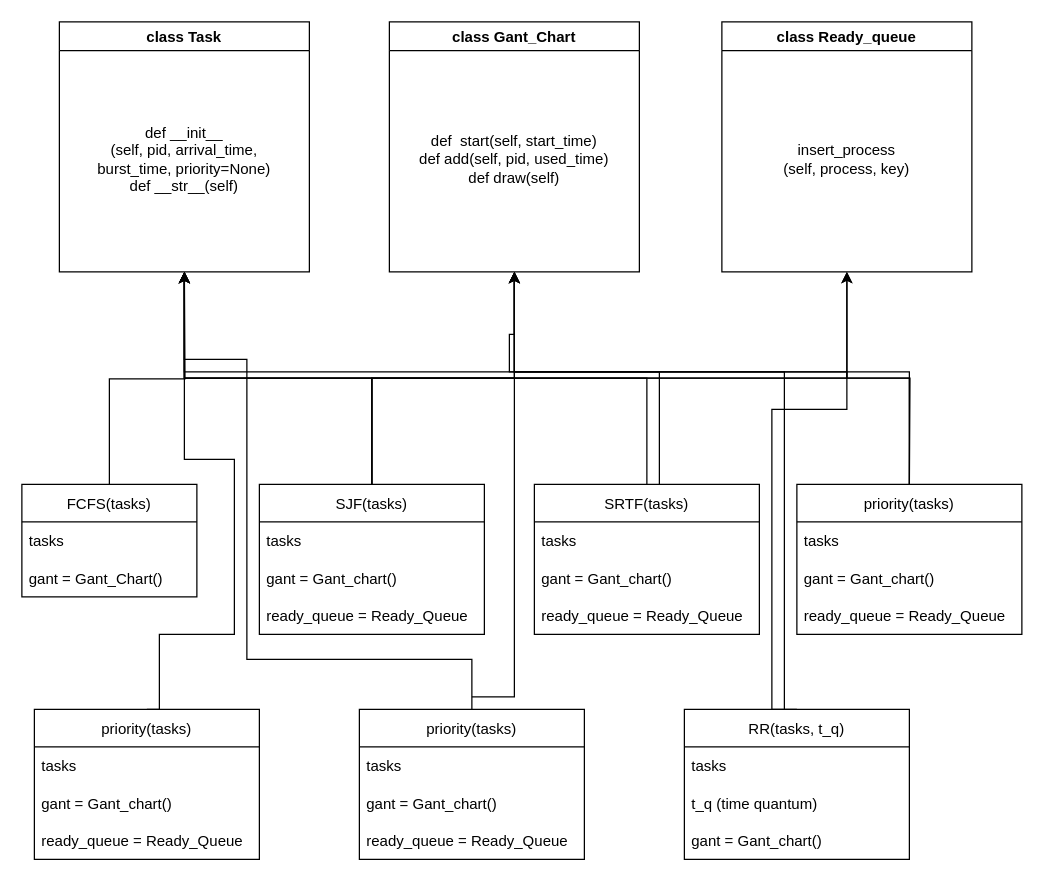
This is Untitled Diagram.drawio from t10cose341/tempDocs, a draw.io file, before an edit. Source tidied: cells renumbered, new cells numbered last; positions are measured from the earlier drawing's top-left corner, leaving out a move shared by most shapes. Both pictures are drawn from the tidied source at 125%, with x=0, y=0 at pixel (21, 21).
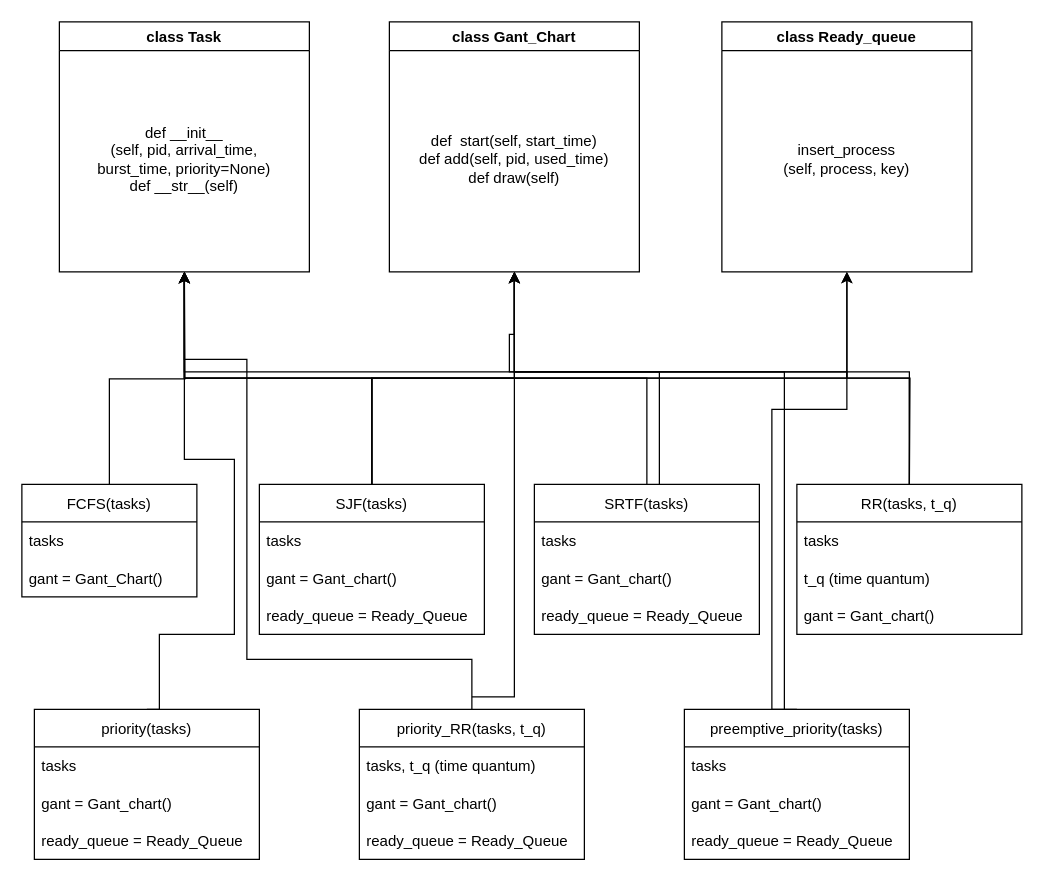
The same diagram, later.

Change to the diagram source:
```diff
@@
-    <mxCell id="15" value="RR(tasks, t_q)" style="swimlane;fontStyle=0;horizontal=1;startSize=30;" parent="1" vertex="1">
+    <mxCell id="15" value="preemptive_priority(tasks)" style="swimlane;fontStyle=0;horizontal=1;startSize=30;" parent="1" vertex="1">
       <mxGeometry x="530" y="550" width="180" height="120" as="geometry" />
     </mxCell>
@@
-    <mxCell id="17" value="t_q (time quantum)" style="text;strokeColor=none;fillColor=none;align=left;verticalAlign=middle;spacingLeft=4;spacingRight=4;overflow=hidden;" parent="15" vertex="1">
+    <mxCell id="17" value="gant = Gant_chart()" style="text;strokeColor=none;fillColor=none;align=left;verticalAlign=middle;spacingLeft=4;spacingRight=4;overflow=hidden;" parent="15" vertex="1">
       <mxGeometry y="60" width="180" height="30" as="geometry" />
     </mxCell>
-    <mxCell id="18" value="gant = Gant_chart()" style="text;strokeColor=none;fillColor=none;align=left;verticalAlign=middle;spacingLeft=4;spacingRight=4;overflow=hidden;" parent="15" vertex="1">
+    <mxCell id="18" value="ready_queue = Ready_Queue" style="text;strokeColor=none;fillColor=none;align=left;verticalAlign=middle;spacingLeft=4;spacingRight=4;overflow=hidden;" parent="15" vertex="1">
       <mxGeometry y="90" width="180" height="30" as="geometry" />
     </mxCell>
@@
-    <mxCell id="23" value="priority(tasks)" style="swimlane;fontStyle=0;horizontal=1;startSize=30;" parent="1" vertex="1">
+    <mxCell id="23" value="priority_RR(tasks, t_q)" style="swimlane;fontStyle=0;horizontal=1;startSize=30;" parent="1" vertex="1">
       <mxGeometry x="270" y="550" width="180" height="120" as="geometry" />
     </mxCell>
-    <mxCell id="24" value="tasks" style="text;strokeColor=none;fillColor=none;align=left;verticalAlign=middle;spacingLeft=4;spacingRight=4;overflow=hidden;" parent="23" vertex="1">
+    <mxCell id="24" value="tasks, t_q (time quantum)" style="text;strokeColor=none;fillColor=none;align=left;verticalAlign=middle;spacingLeft=4;spacingRight=4;overflow=hidden;" parent="23" vertex="1">
       <mxGeometry y="30" width="180" height="30" as="geometry" />
     </mxCell>
@@
-    <mxCell id="27" value="priority(tasks)" style="swimlane;fontStyle=0;horizontal=1;startSize=30;" parent="1" vertex="1">
+    <mxCell id="27" value="RR(tasks, t_q)" style="swimlane;fontStyle=0;horizontal=1;startSize=30;" parent="1" vertex="1">
       <mxGeometry x="620" y="370" width="180" height="120" as="geometry" />
     </mxCell>
@@
-    <mxCell id="29" value="gant = Gant_chart()" style="text;strokeColor=none;fillColor=none;align=left;verticalAlign=middle;spacingLeft=4;spacingRight=4;overflow=hidden;" parent="27" vertex="1">
+    <mxCell id="29" value="t_q (time quantum)" style="text;strokeColor=none;fillColor=none;align=left;verticalAlign=middle;spacingLeft=4;spacingRight=4;overflow=hidden;" parent="27" vertex="1">
       <mxGeometry y="60" width="180" height="30" as="geometry" />
     </mxCell>
-    <mxCell id="30" value="ready_queue = Ready_Queue" style="text;strokeColor=none;fillColor=none;align=left;verticalAlign=middle;spacingLeft=4;spacingRight=4;overflow=hidden;" parent="27" vertex="1">
+    <mxCell id="30" value="gant = Gant_chart()" style="text;strokeColor=none;fillColor=none;align=left;verticalAlign=middle;spacingLeft=4;spacingRight=4;overflow=hidden;" parent="27" vertex="1">
       <mxGeometry y="90" width="180" height="30" as="geometry" />
     </mxCell>
```
